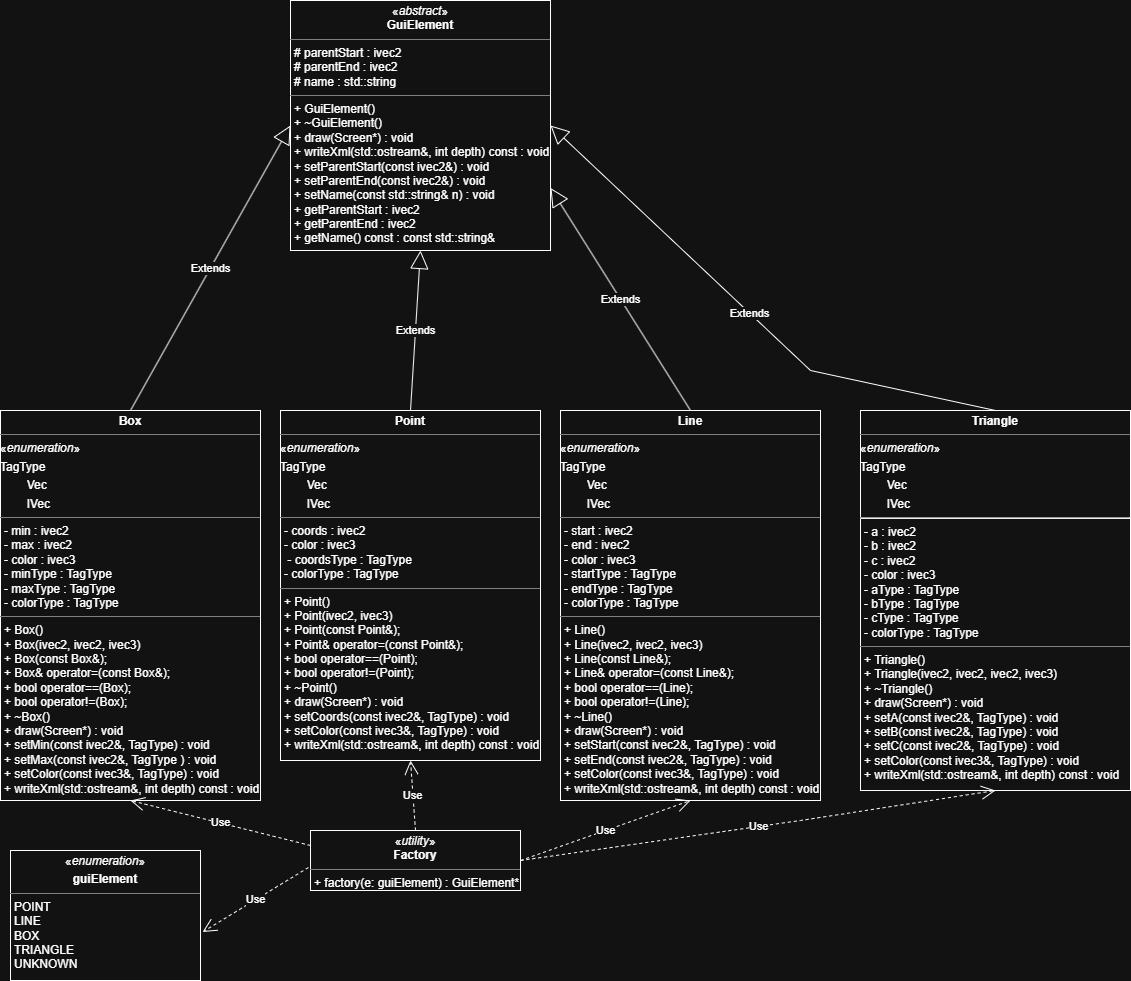
cgreen2048/ArtHuddle keeps this draw.io diagram as images/Milestone004_UML.png. Above is the earlier version. Source tidied: cells renumbered, new cells last; positions are measured from the earlier drawing's top-left corner, leaving out a move shared by most shapes.
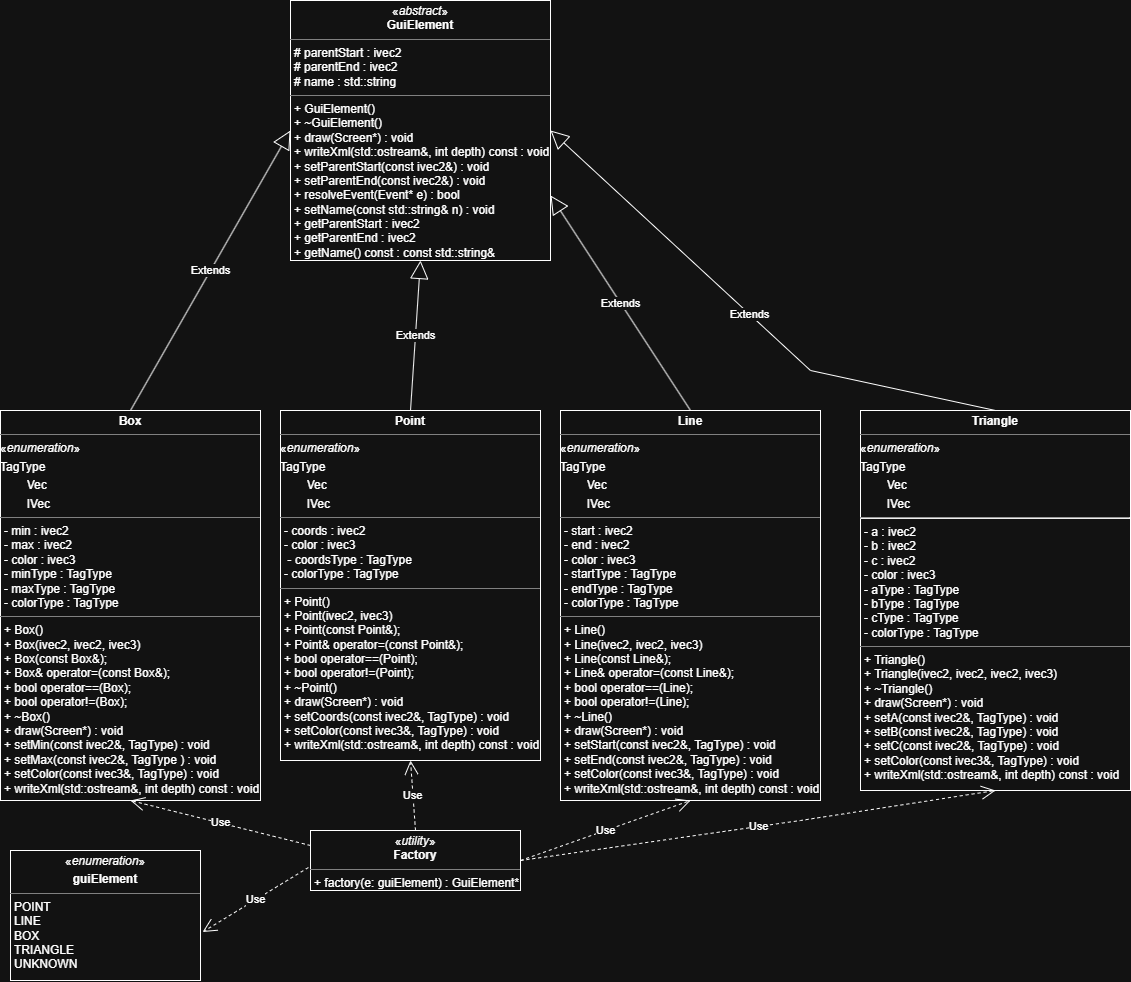
The same file after the commit.

Commit message:
Added UML for EventClass and updated Milestone004 UML

Change to the diagram source:
```diff
@@ -2,8 +2,8 @@
   <root>
     <mxCell id="0" />
     <mxCell id="1" parent="0" />
-    <mxCell id="2" value="&lt;p style=&quot;margin:0px;margin-top:4px;text-align:center;&quot;&gt;&lt;span style=&quot;background-color: transparent; color: light-dark(rgb(0, 0, 0), rgb(255, 255, 255));&quot;&gt;«&lt;/span&gt;&lt;i&gt;abstract&lt;/i&gt;»&lt;br&gt;&lt;b&gt;GuiElement&lt;/b&gt;&lt;/p&gt;&lt;hr size=&quot;1&quot; style=&quot;border-style:solid;&quot;&gt;&lt;p style=&quot;margin:0px;margin-left:4px;&quot;&gt;&lt;span style=&quot;background-color: transparent; color: light-dark(rgb(0, 0, 0), rgb(255, 255, 255));&quot;&gt;# parentStart :&amp;nbsp;&lt;/span&gt;&lt;span style=&quot;background-color: transparent; color: light-dark(rgb(0, 0, 0), rgb(255, 255, 255));&quot;&gt;ivec2&lt;/span&gt;&lt;/p&gt;&lt;p style=&quot;margin:0px;margin-left:4px;&quot;&gt;&lt;span style=&quot;color: light-dark(rgb(0, 0, 0), rgb(255, 255, 255)); background-color: transparent;&quot;&gt;# parentEnd :&amp;nbsp;&lt;/span&gt;&lt;span style=&quot;color: light-dark(rgb(0, 0, 0), rgb(255, 255, 255)); background-color: transparent;&quot;&gt;ivec2&lt;/span&gt;&lt;/p&gt;&lt;p style=&quot;margin:0px;margin-left:4px;&quot;&gt;&lt;span style=&quot;color: light-dark(rgb(0, 0, 0), rgb(255, 255, 255)); background-color: transparent;&quot;&gt;#&amp;nbsp;&lt;/span&gt;&lt;span style=&quot;background-color: transparent;&quot;&gt;name :&amp;nbsp;&lt;/span&gt;&lt;span style=&quot;background-color: transparent; color: light-dark(rgb(0, 0, 0), rgb(255, 255, 255));&quot;&gt;std::string&lt;/span&gt;&lt;span style=&quot;background-color: transparent; color: light-dark(rgb(0, 0, 0), rgb(255, 255, 255));&quot;&gt;&amp;nbsp;&lt;/span&gt;&lt;/p&gt;&lt;hr size=&quot;1&quot; style=&quot;border-style:solid;&quot;&gt;&lt;p style=&quot;margin:0px;margin-left:4px;&quot;&gt;+&amp;nbsp;GuiElement()&lt;br&gt;+&amp;nbsp;~GuiElement()&lt;/p&gt;&lt;p style=&quot;margin:0px;margin-left:4px;&quot;&gt;+&amp;nbsp;draw(Screen*) : void&lt;/p&gt;&lt;p style=&quot;margin:0px;margin-left:4px;&quot;&gt;&lt;span style=&quot;background-color: transparent; color: light-dark(rgb(0, 0, 0), rgb(255, 255, 255));&quot;&gt;+ writeXml(std::ostream&amp;amp;, int depth) const : void&lt;/span&gt;&lt;/p&gt;&lt;p style=&quot;margin:0px;margin-left:4px;&quot;&gt;&lt;span style=&quot;white-space: pre; white-space: normal;&quot;&gt;&#9;&#9;&lt;/span&gt;&lt;/p&gt;&lt;p style=&quot;margin:0px;margin-left:4px;&quot;&gt;&lt;span style=&quot;background-color: transparent; color: light-dark(rgb(0, 0, 0), rgb(255, 255, 255));&quot;&gt;+ setParentStart(const ivec2&amp;amp;) : void&lt;/span&gt;&lt;/p&gt;&lt;p style=&quot;margin:0px;margin-left:4px;&quot;&gt;&lt;span style=&quot;white-space: normal;&quot;&gt;+ setParentEnd(const ivec2&amp;amp;) : void&lt;/span&gt;&lt;/p&gt;&lt;p style=&quot;margin:0px;margin-left:4px;&quot;&gt;&lt;span style=&quot;white-space: normal;&quot;&gt;+&amp;nbsp;&lt;/span&gt;&lt;span style=&quot;background-color: transparent;&quot;&gt;setName(const std::string&amp;amp; n) :&amp;nbsp;&lt;/span&gt;&lt;span style=&quot;background-color: transparent; color: light-dark(rgb(0, 0, 0), rgb(255, 255, 255));&quot;&gt;void&lt;/span&gt;&lt;/p&gt;&lt;p style=&quot;margin:0px;margin-left:4px;&quot;&gt;&lt;span style=&quot;white-space: normal;&quot;&gt;+ getParentStart : ivec2&lt;/span&gt;&lt;/p&gt;&lt;p style=&quot;margin:0px;margin-left:4px;&quot;&gt;&lt;span style=&quot;white-space: normal;&quot;&gt;+ getParentEnd : ivec2&lt;/span&gt;&lt;/p&gt;&lt;p style=&quot;margin:0px;margin-left:4px;&quot;&gt;&lt;span style=&quot;white-space: normal;&quot;&gt;+&amp;nbsp;&lt;/span&gt;&lt;span style=&quot;background-color: transparent;&quot;&gt;getName() const :&amp;nbsp;&lt;/span&gt;&lt;span style=&quot;background-color: transparent;&quot;&gt;const std::string&amp;amp;&lt;/span&gt;&lt;/p&gt;&lt;p style=&quot;margin:0px;margin-left:4px;&quot;&gt;&lt;br&gt;&lt;/p&gt;" style="verticalAlign=top;align=left;overflow=fill;html=1;whiteSpace=wrap;" parent="1" vertex="1">
-      <mxGeometry x="290" width="260" height="250" as="geometry" />
+    <mxCell id="2" value="&lt;p style=&quot;margin:0px;margin-top:4px;text-align:center;&quot;&gt;&lt;span style=&quot;background-color: transparent; color: light-dark(rgb(0, 0, 0), rgb(255, 255, 255));&quot;&gt;«&lt;/span&gt;&lt;i&gt;abstract&lt;/i&gt;»&lt;br&gt;&lt;b&gt;GuiElement&lt;/b&gt;&lt;/p&gt;&lt;hr size=&quot;1&quot; style=&quot;border-style:solid;&quot;&gt;&lt;p style=&quot;margin:0px;margin-left:4px;&quot;&gt;&lt;span style=&quot;background-color: transparent; color: light-dark(rgb(0, 0, 0), rgb(255, 255, 255));&quot;&gt;# parentStart :&amp;nbsp;&lt;/span&gt;&lt;span style=&quot;background-color: transparent; color: light-dark(rgb(0, 0, 0), rgb(255, 255, 255));&quot;&gt;ivec2&lt;/span&gt;&lt;/p&gt;&lt;p style=&quot;margin:0px;margin-left:4px;&quot;&gt;&lt;span style=&quot;color: light-dark(rgb(0, 0, 0), rgb(255, 255, 255)); background-color: transparent;&quot;&gt;# parentEnd :&amp;nbsp;&lt;/span&gt;&lt;span style=&quot;color: light-dark(rgb(0, 0, 0), rgb(255, 255, 255)); background-color: transparent;&quot;&gt;ivec2&lt;/span&gt;&lt;/p&gt;&lt;p style=&quot;margin:0px;margin-left:4px;&quot;&gt;&lt;span style=&quot;color: light-dark(rgb(0, 0, 0), rgb(255, 255, 255)); background-color: transparent;&quot;&gt;#&amp;nbsp;&lt;/span&gt;&lt;span style=&quot;background-color: transparent;&quot;&gt;name :&amp;nbsp;&lt;/span&gt;&lt;span style=&quot;background-color: transparent; color: light-dark(rgb(0, 0, 0), rgb(255, 255, 255));&quot;&gt;std::string&lt;/span&gt;&lt;span style=&quot;background-color: transparent; color: light-dark(rgb(0, 0, 0), rgb(255, 255, 255));&quot;&gt;&amp;nbsp;&lt;/span&gt;&lt;/p&gt;&lt;hr size=&quot;1&quot; style=&quot;border-style:solid;&quot;&gt;&lt;p style=&quot;margin:0px;margin-left:4px;&quot;&gt;+&amp;nbsp;GuiElement()&lt;br&gt;+&amp;nbsp;~GuiElement()&lt;/p&gt;&lt;p style=&quot;margin:0px;margin-left:4px;&quot;&gt;+&amp;nbsp;draw(Screen*) : void&lt;/p&gt;&lt;p style=&quot;margin:0px;margin-left:4px;&quot;&gt;&lt;span style=&quot;background-color: transparent; color: light-dark(rgb(0, 0, 0), rgb(255, 255, 255));&quot;&gt;+ writeXml(std::ostream&amp;amp;, int depth) const : void&lt;/span&gt;&lt;/p&gt;&lt;p style=&quot;margin:0px;margin-left:4px;&quot;&gt;&lt;span style=&quot;white-space: pre; white-space: normal;&quot;&gt;&#9;&#9;&lt;/span&gt;&lt;/p&gt;&lt;p style=&quot;margin:0px;margin-left:4px;&quot;&gt;&lt;span style=&quot;background-color: transparent; color: light-dark(rgb(0, 0, 0), rgb(255, 255, 255));&quot;&gt;+ setParentStart(const ivec2&amp;amp;) : void&lt;/span&gt;&lt;/p&gt;&lt;p style=&quot;margin:0px;margin-left:4px;&quot;&gt;&lt;span style=&quot;white-space: normal;&quot;&gt;+ setParentEnd(const ivec2&amp;amp;) : void&lt;/span&gt;&lt;/p&gt;&lt;p style=&quot;margin:0px;margin-left:4px;&quot;&gt;&lt;span style=&quot;white-space: normal;&quot;&gt;+&amp;nbsp;&lt;/span&gt;&lt;span style=&quot;background-color: transparent;&quot;&gt;resolveEvent(Event* e) : bool&lt;/span&gt;&lt;/p&gt;&lt;p style=&quot;margin:0px;margin-left:4px;&quot;&gt;&lt;span style=&quot;white-space: normal;&quot;&gt;+&amp;nbsp;&lt;/span&gt;&lt;span style=&quot;background-color: transparent;&quot;&gt;setName(const std::string&amp;amp; n) :&amp;nbsp;&lt;/span&gt;&lt;span style=&quot;background-color: transparent; color: light-dark(rgb(0, 0, 0), rgb(255, 255, 255));&quot;&gt;void&lt;/span&gt;&lt;/p&gt;&lt;p style=&quot;margin:0px;margin-left:4px;&quot;&gt;&lt;span style=&quot;white-space: normal;&quot;&gt;+ getParentStart : ivec2&lt;/span&gt;&lt;/p&gt;&lt;p style=&quot;margin:0px;margin-left:4px;&quot;&gt;&lt;span style=&quot;white-space: normal;&quot;&gt;+ getParentEnd : ivec2&lt;/span&gt;&lt;/p&gt;&lt;p style=&quot;margin:0px;margin-left:4px;&quot;&gt;&lt;span style=&quot;white-space: normal;&quot;&gt;+&amp;nbsp;&lt;/span&gt;&lt;span style=&quot;background-color: transparent;&quot;&gt;getName() const :&amp;nbsp;&lt;/span&gt;&lt;span style=&quot;background-color: transparent;&quot;&gt;const std::string&amp;amp;&lt;/span&gt;&lt;/p&gt;&lt;p style=&quot;margin:0px;margin-left:4px;&quot;&gt;&lt;br&gt;&lt;/p&gt;" style="verticalAlign=top;align=left;overflow=fill;html=1;whiteSpace=wrap;" parent="1" vertex="1">
+      <mxGeometry x="290" width="260" height="260" as="geometry" />
     </mxCell>
     <mxCell id="3" value="&lt;p style=&quot;margin:0px;margin-top:4px;text-align:center;&quot;&gt;«&lt;i&gt;enumeration&lt;/i&gt;»&lt;br&gt;&lt;/p&gt;&lt;p style=&quot;margin:0px;margin-top:4px;text-align:center;&quot;&gt;&lt;b&gt;guiElement&lt;/b&gt;&lt;/p&gt;&lt;hr size=&quot;1&quot; style=&quot;border-style:solid;&quot;&gt;&lt;p style=&quot;margin:0px;margin-left:4px;&quot;&gt;POINT&lt;br&gt;LINE&lt;/p&gt;&lt;p style=&quot;margin:0px;margin-left:4px;&quot;&gt;BOX&lt;/p&gt;&lt;p style=&quot;margin:0px;margin-left:4px;&quot;&gt;TRIANGLE&lt;/p&gt;&lt;p style=&quot;margin:0px;margin-left:4px;&quot;&gt;UNKNOWN&lt;/p&gt;" style="verticalAlign=top;align=left;overflow=fill;html=1;whiteSpace=wrap;" parent="1" vertex="1">
       <mxGeometry x="10" y="850" width="190" height="130" as="geometry" />
```
